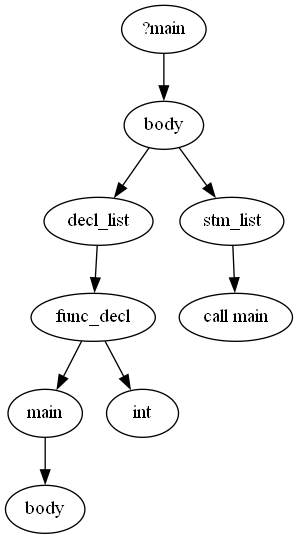
Before: src/printer/images/AST.gv.png, a diagram exported from Graphviz (KianBankeLarsen/Compiler). Its source is kept beside it as src/printer/images/AST.gv.
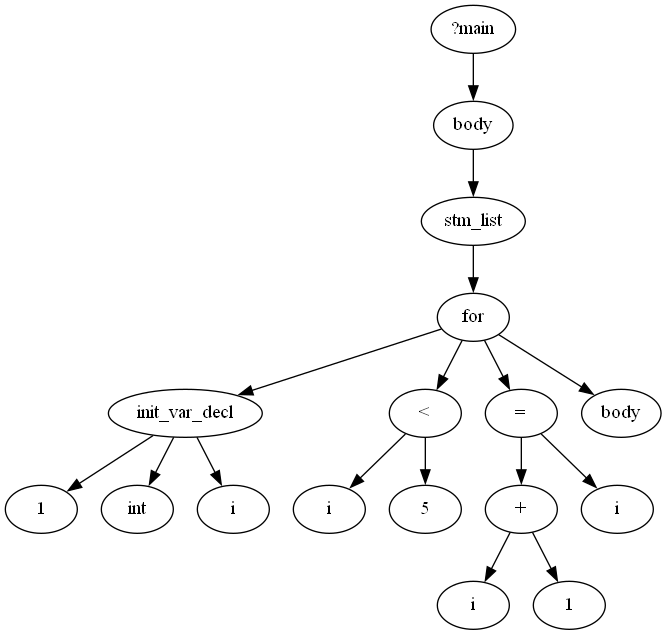
The same file after the commit.

Diff of the diagram source:
```diff
@@ -1,19 +1,35 @@
 digraph AST {
 	0 [label="?main"]
 	1 [label=body]
-	2 [label=func_decl]
-	3 [label=main]
-	4 [label=body]
+	2 [label=stm_list]
+	3 [label=init_var_decl]
+	4 [label=1]
+	5 [label=int]
+	6 [label=i]
+	3 -> 5
+	3 -> 6
 	3 -> 4
-	5 [label=int]
-	2 -> 3
-	2 -> 5
-	6 [label=decl_list]
-	6 -> 2
-	1 -> 6
-	7 [label=stm_list]
-	8 [label="call main"]
-	7 -> 8
-	1 -> 7
+	7 [label=i]
+	8 [label=5]
+	9 [label="<"]
+	9 -> 7
+	9 -> 8
+	10 [label=i]
+	11 [label=1]
+	12 [label="+"]
+	12 -> 10
+	12 -> 11
+	13 [label="="]
+	14 [label=i]
+	13 -> 14
+	13 -> 12
+	15 [label=body]
+	16 [label=for]
+	16 -> 3
+	16 -> 9
+	16 -> 13
+	16 -> 15
+	2 -> 16
+	1 -> 2
 	0 -> 1
 }
```
